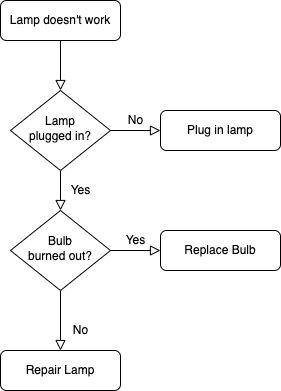
Earlier version of the draw.io export 反馈流程.drawio.png (hszy00232/digrams). Source tidied: cells renumbered, new cells last; positions are measured from the earlier drawing's top-left corner, leaving out a move shared by most shapes.
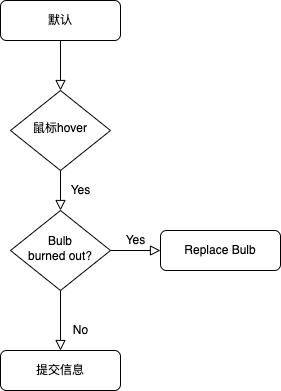
After the change.

Diff of the diagram source:
```diff
@@ -5,21 +5,15 @@
     <mxCell id="2" style="rounded=0;html=1;jettySize=auto;fontSize=11;endArrow=block;endFill=0;endSize=8;strokeWidth=1;shadow=0;labelBackgroundColor=none;edgeStyle=orthogonalEdgeStyle;" parent="1" edge="1" source="3" target="6">
       <mxGeometry relative="1" as="geometry" />
     </mxCell>
-    <mxCell id="3" value="Lamp doesn't work" style="rounded=1;whiteSpace=wrap;html=1;fontSize=12;glass=0;strokeWidth=1;shadow=0;" parent="1" vertex="1">
+    <mxCell id="3" value="默认" style="rounded=1;whiteSpace=wrap;html=1;fontSize=12;glass=0;strokeWidth=1;shadow=0;" parent="1" vertex="1">
       <mxGeometry width="120" height="40" as="geometry" />
     </mxCell>
     <mxCell id="4" value="Yes" style="rounded=0;html=1;jettySize=auto;fontSize=11;endArrow=block;endFill=0;endSize=8;strokeWidth=1;shadow=0;labelBackgroundColor=none;edgeStyle=orthogonalEdgeStyle;" parent="1" edge="1" source="6" target="10">
       <mxGeometry y="20" relative="1" as="geometry" />
     </mxCell>
-    <mxCell id="5" value="No" style="edgeStyle=orthogonalEdgeStyle;rounded=0;html=1;jettySize=auto;fontSize=11;endArrow=block;endFill=0;endSize=8;strokeWidth=1;shadow=0;labelBackgroundColor=none;" parent="1" edge="1" source="6" target="7">
-      <mxGeometry y="10" relative="1" as="geometry" />
-    </mxCell>
-    <mxCell id="6" value="Lamp&lt;br&gt;plugged in?" style="rhombus;whiteSpace=wrap;html=1;shadow=0;fontFamily=Helvetica;fontSize=12;align=center;strokeWidth=1;spacing=6;spacingTop=-4;" parent="1" vertex="1">
+    <mxCell id="6" value="鼠标hover" style="rhombus;whiteSpace=wrap;html=1;shadow=0;fontFamily=Helvetica;fontSize=12;align=center;strokeWidth=1;spacing=6;spacingTop=-4;" parent="1" vertex="1">
       <mxGeometry x="10" y="90" width="100" height="80" as="geometry" />
     </mxCell>
-    <mxCell id="7" value="Plug in lamp" style="rounded=1;whiteSpace=wrap;html=1;fontSize=12;glass=0;strokeWidth=1;shadow=0;" parent="1" vertex="1">
-      <mxGeometry x="160" y="110" width="120" height="40" as="geometry" />
-    </mxCell>
     <mxCell id="8" value="No" style="rounded=0;html=1;jettySize=auto;fontSize=11;endArrow=block;endFill=0;endSize=8;strokeWidth=1;shadow=0;labelBackgroundColor=none;edgeStyle=orthogonalEdgeStyle;" parent="1" edge="1" source="10" target="11">
       <mxGeometry x="0.33" y="20" relative="1" as="geometry" />
     </mxCell>
@@ -29,7 +23,7 @@
     <mxCell id="10" value="Bulb&lt;br&gt;burned out?" style="rhombus;whiteSpace=wrap;html=1;shadow=0;fontFamily=Helvetica;fontSize=12;align=center;strokeWidth=1;spacing=6;spacingTop=-4;" parent="1" vertex="1">
       <mxGeometry x="10" y="210" width="100" height="80" as="geometry" />
     </mxCell>
-    <mxCell id="11" value="Repair Lamp" style="rounded=1;whiteSpace=wrap;html=1;fontSize=12;glass=0;strokeWidth=1;shadow=0;" parent="1" vertex="1">
+    <mxCell id="11" value="提交信息" style="rounded=1;whiteSpace=wrap;html=1;fontSize=12;glass=0;strokeWidth=1;shadow=0;" parent="1" vertex="1">
       <mxGeometry y="350" width="120" height="40" as="geometry" />
     </mxCell>
     <mxCell id="12" value="Replace Bulb" style="rounded=1;whiteSpace=wrap;html=1;fontSize=12;glass=0;strokeWidth=1;shadow=0;" parent="1" vertex="1">
```
